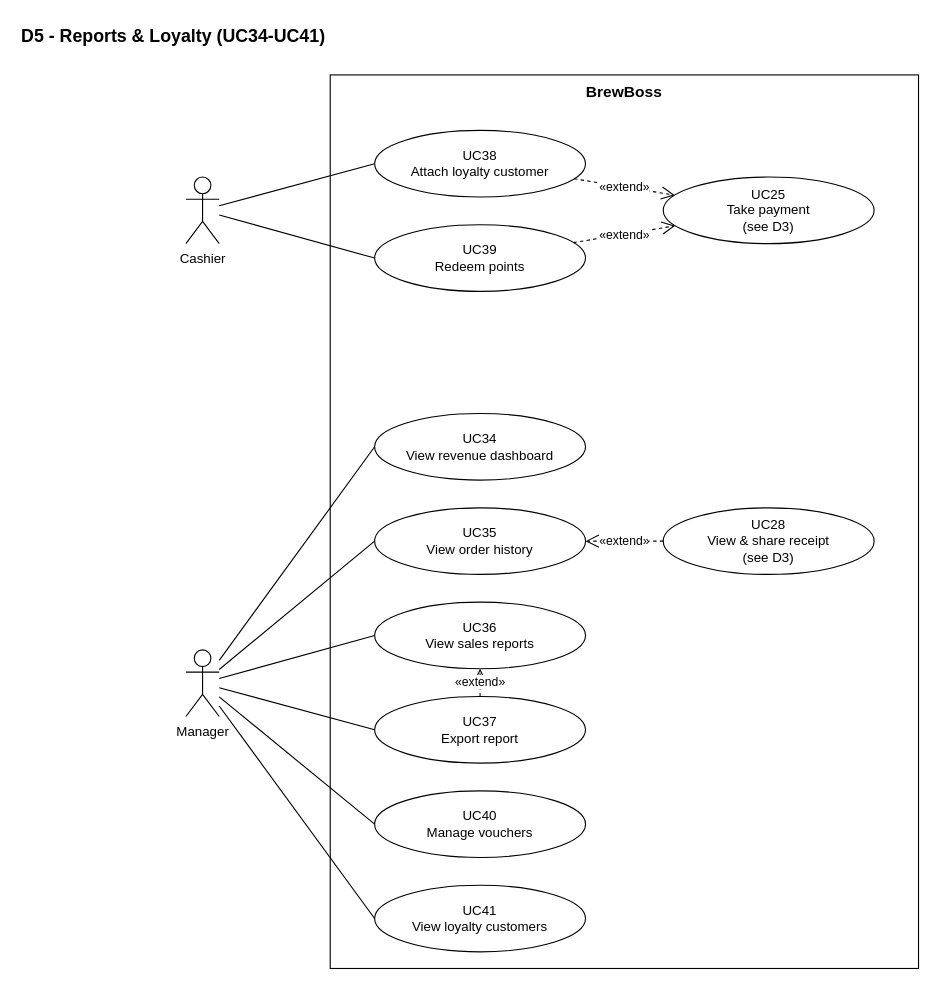
This is page "D5 Reports & Loyalty" (6 of 6) of docs/diagrams/use-case-diagrams.drawio from huytran303/CafeManagementSystem, a draw.io file, before an edit. Source tidied: cells renumbered, new cells numbered last; positions are measured from the earlier drawing's top-left corner, leaving out a move shared by most shapes. Both pictures are drawn from the tidied source at 111%, with x=0, y=0 at pixel (19, 19).
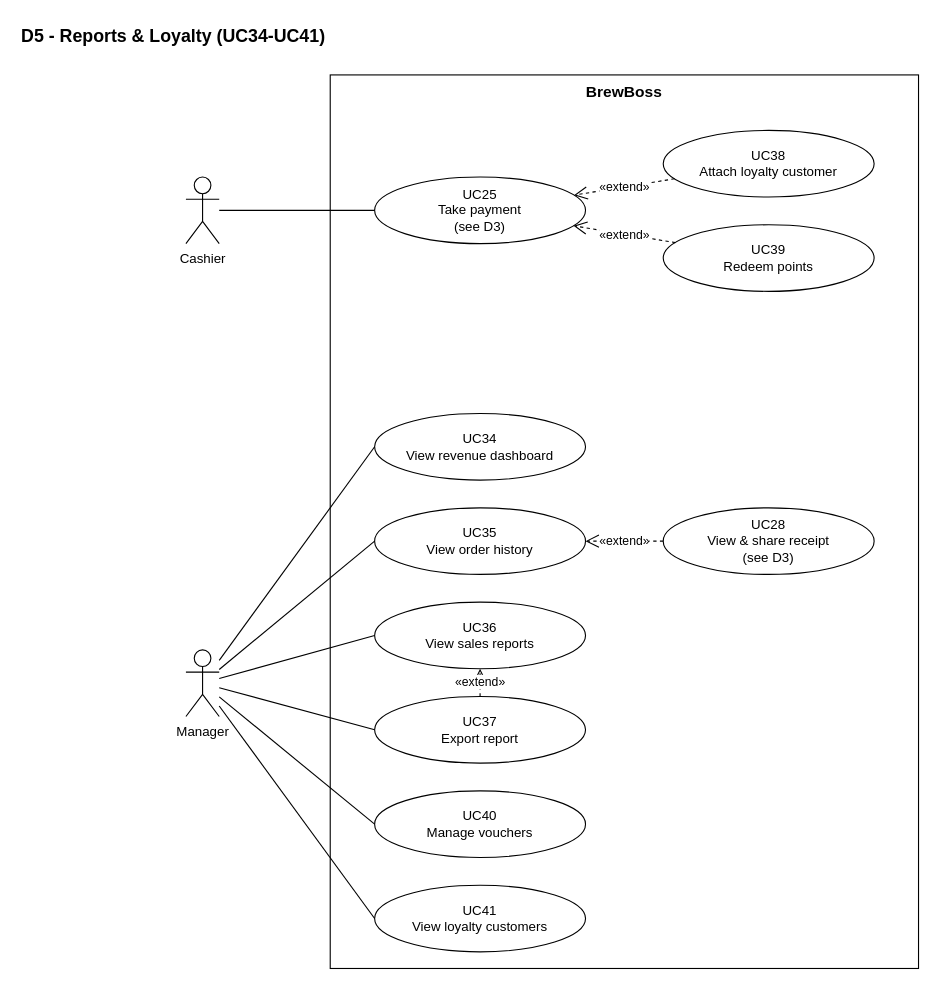
The same page after the edit.

Unchanged cells that the change refers to:
```xml
<mxCell id="14" value="Cashier" style="shape=umlActor;verticalLabelPosition=bottom;verticalAlign=top;html=1;outlineConnect=0;fillColor=#ffffff;" parent="1" vertex="1">
  <mxGeometry x="150" y="142" width="30" height="60" as="geometry" />
</mxCell>
```

The edit, as a diff of the source:
```diff
@@
     <mxCell id="4" value="UC38&lt;br&gt;Attach loyalty customer" style="ellipse;whiteSpace=wrap;html=1;fillColor=#ffffff;fontSize=12;" parent="1" vertex="1">
-      <mxGeometry x="320" y="100" width="190" height="60" as="geometry" />
+      <mxGeometry x="580" y="100" width="190" height="60" as="geometry" />
     </mxCell>
     <mxCell id="5" value="UC39&lt;br&gt;Redeem points" style="ellipse;whiteSpace=wrap;html=1;fillColor=#ffffff;fontSize=12;" parent="1" vertex="1">
-      <mxGeometry x="320" y="185" width="190" height="60" as="geometry" />
+      <mxGeometry x="580" y="185" width="190" height="60" as="geometry" />
     </mxCell>
     <mxCell id="6" value="UC25&lt;br&gt;Take payment&lt;br&gt;(see D3)" style="ellipse;whiteSpace=wrap;html=1;fillColor=#ffffff;fontSize=12;" parent="1" vertex="1">
-      <mxGeometry x="580" y="142" width="190" height="60" as="geometry" />
+      <mxGeometry x="320" y="142" width="190" height="60" as="geometry" />
     </mxCell>
@@
-    <mxCell id="16" style="endArrow=none;html=1;rounded=0;entryX=0;entryY=0.5;entryDx=0;entryDy=0;" parent="1" edge="1" source="14" target="4">
+    <mxCell id="16" style="endArrow=none;html=1;rounded=0;entryX=0;entryY=0.5;entryDx=0;entryDy=0;" parent="1" edge="1" source="14" target="6">
       <mxGeometry relative="1" as="geometry" />
     </mxCell>
-    <mxCell id="17" style="endArrow=none;html=1;rounded=0;entryX=0;entryY=0.5;entryDx=0;entryDy=0;" parent="1" edge="1" source="14" target="5">
-      <mxGeometry relative="1" as="geometry" />
-    </mxCell>
```
